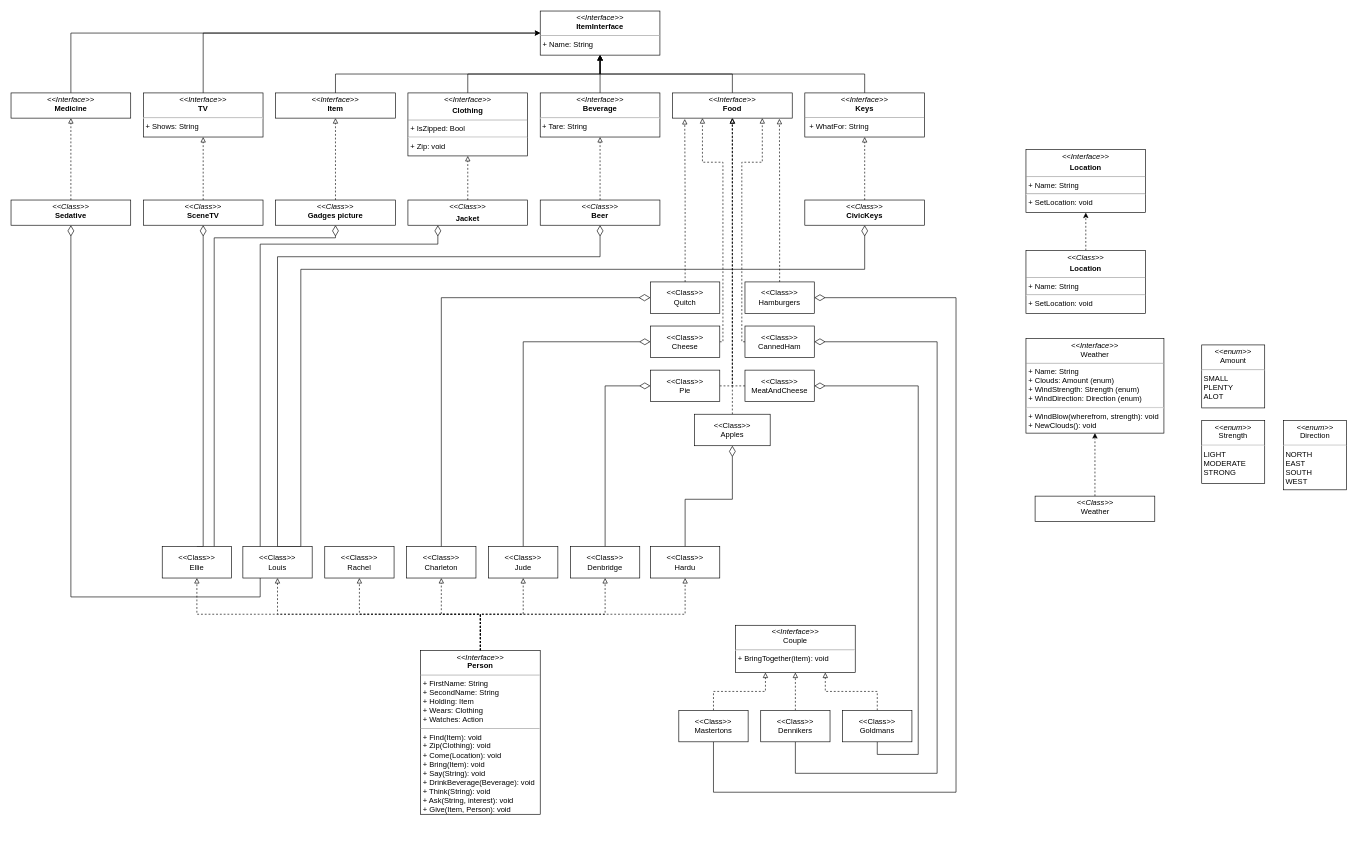
This is Untitled Diagram.drawio from Sat1l/laba4, a draw.io file, before an edit. Source tidied: cells renumbered, new cells numbered last; positions are measured from the earlier drawing's top-left corner, leaving out a move shared by most shapes. Both pictures are drawn from the tidied source at 63%, with x=0, y=0 at pixel (11, 11).
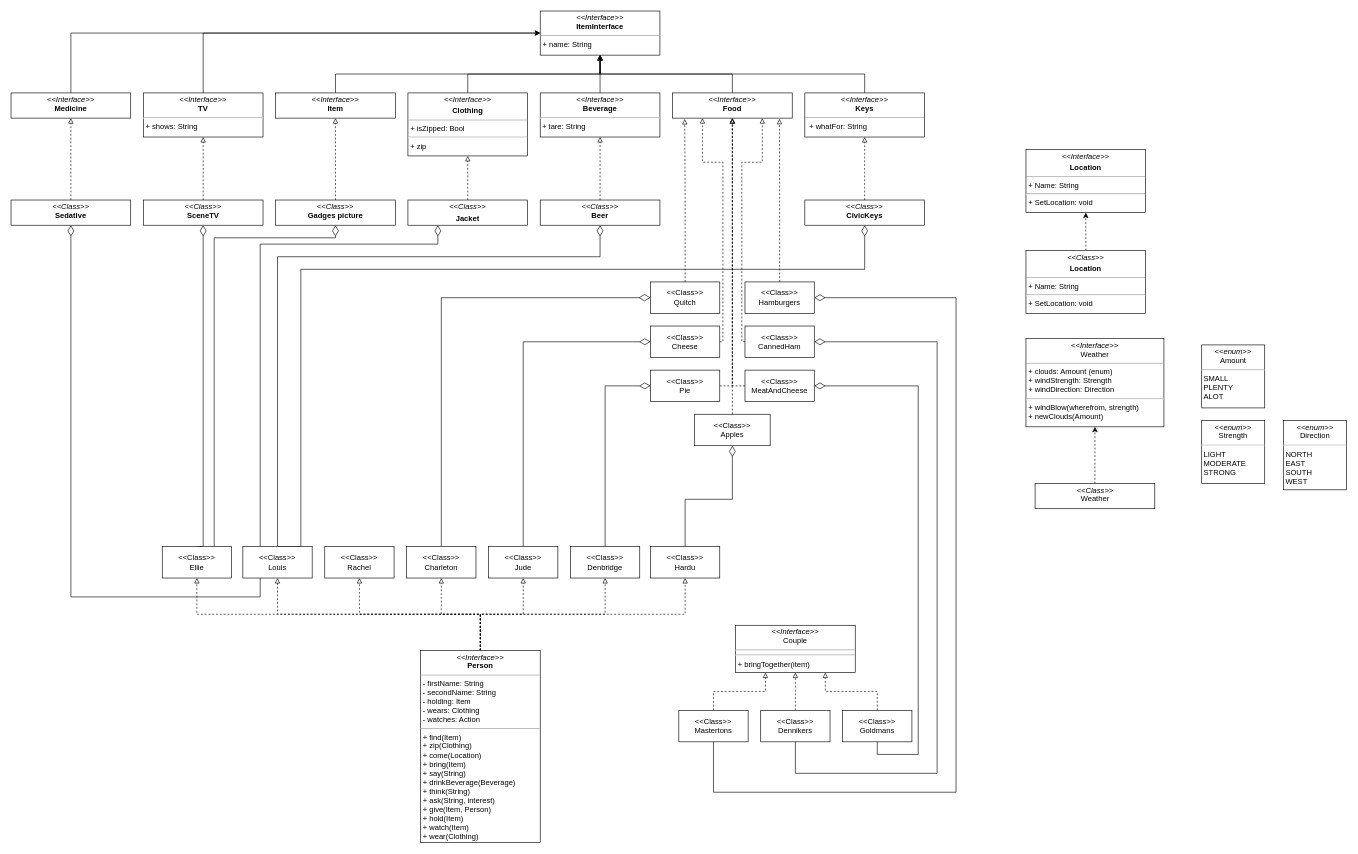
The same diagram, later.

Diff of the diagram source:
```diff
@@
-    <mxCell id="9" value="&lt;p style=&quot;margin:0px;margin-top:4px;text-align:center;&quot;&gt;&lt;i&gt;&amp;lt;&amp;lt;Interface&amp;gt;&amp;gt;&lt;/i&gt;&lt;br&gt;&lt;b&gt;Person&lt;/b&gt;&lt;/p&gt;&lt;hr size=&quot;1&quot;&gt;&lt;p style=&quot;margin:0px;margin-left:4px;&quot;&gt;+ FirstName: String&lt;/p&gt;&lt;p style=&quot;margin:0px;margin-left:4px;&quot;&gt;+ SecondName: String&lt;/p&gt;&lt;p style=&quot;margin:0px;margin-left:4px;&quot;&gt;+ Holding: Item&lt;/p&gt;&lt;p style=&quot;margin:0px;margin-left:4px;&quot;&gt;+ Wears: Clothing&lt;/p&gt;&lt;p style=&quot;margin:0px;margin-left:4px;&quot;&gt;+ Watches: Action&lt;/p&gt;&lt;hr size=&quot;1&quot;&gt;&lt;p style=&quot;margin:0px;margin-left:4px;&quot;&gt;+ Find(Item): void&lt;br&gt;+ Zip(Clothing): void&lt;/p&gt;&lt;p style=&quot;margin:0px;margin-left:4px;&quot;&gt;+ Come(Location): void&lt;/p&gt;&lt;p style=&quot;margin:0px;margin-left:4px;&quot;&gt;+ Bring(Item): void&lt;/p&gt;&lt;p style=&quot;margin:0px;margin-left:4px;&quot;&gt;+ Say(String): void&lt;/p&gt;&lt;p style=&quot;margin:0px;margin-left:4px;&quot;&gt;+ DrinkBeverage(Beverage): void&lt;/p&gt;&lt;p style=&quot;margin:0px;margin-left:4px;&quot;&gt;+ Think(String): void&lt;/p&gt;&lt;p style=&quot;margin:0px;margin-left:4px;&quot;&gt;+ Ask(String, interest): void&lt;/p&gt;&lt;p style=&quot;margin:0px;margin-left:4px;&quot;&gt;+ Give(Item, Person): void&lt;/p&gt;" style="verticalAlign=top;align=left;overflow=fill;fontSize=12;fontFamily=Helvetica;html=1;whiteSpace=wrap;" parent="1" vertex="1">
-      <mxGeometry x="650" y="1015" width="190" height="260" as="geometry" />
+    <mxCell id="9" value="&lt;p style=&quot;margin:0px;margin-top:4px;text-align:center;&quot;&gt;&lt;i&gt;&amp;lt;&amp;lt;Interface&amp;gt;&amp;gt;&lt;/i&gt;&lt;br&gt;&lt;b&gt;Person&lt;/b&gt;&lt;/p&gt;&lt;hr size=&quot;1&quot;&gt;&lt;p style=&quot;margin:0px;margin-left:4px;&quot;&gt;- firstName: String&lt;/p&gt;&lt;p style=&quot;margin:0px;margin-left:4px;&quot;&gt;- secondName: String&lt;/p&gt;&lt;p style=&quot;margin:0px;margin-left:4px;&quot;&gt;- holding: Item&lt;/p&gt;&lt;p style=&quot;margin:0px;margin-left:4px;&quot;&gt;- wears: Clothing&lt;/p&gt;&lt;p style=&quot;margin:0px;margin-left:4px;&quot;&gt;- watches: Action&lt;/p&gt;&lt;hr size=&quot;1&quot;&gt;&lt;p style=&quot;margin:0px;margin-left:4px;&quot;&gt;+ find(Item)&lt;br&gt;+ zip(Clothing)&lt;/p&gt;&lt;p style=&quot;margin:0px;margin-left:4px;&quot;&gt;+ come(Location)&lt;/p&gt;&lt;p style=&quot;margin:0px;margin-left:4px;&quot;&gt;+ bring(Item)&lt;/p&gt;&lt;p style=&quot;margin:0px;margin-left:4px;&quot;&gt;+ say(String)&lt;/p&gt;&lt;p style=&quot;margin:0px;margin-left:4px;&quot;&gt;+ drinkBeverage(Beverage)&lt;/p&gt;&lt;p style=&quot;margin:0px;margin-left:4px;&quot;&gt;+ think(String)&lt;/p&gt;&lt;p style=&quot;margin:0px;margin-left:4px;&quot;&gt;+ ask(String, interest)&lt;/p&gt;&lt;p style=&quot;margin:0px;margin-left:4px;&quot;&gt;+ give(Item, Person)&lt;/p&gt;&lt;p style=&quot;margin:0px;margin-left:4px;&quot;&gt;+ hold(Item)&lt;/p&gt;&lt;p style=&quot;margin:0px;margin-left:4px;&quot;&gt;+ watch(Item)&lt;/p&gt;&lt;p style=&quot;margin:0px;margin-left:4px;&quot;&gt;+ wear(Clothing)&lt;/p&gt;" style="verticalAlign=top;align=left;overflow=fill;fontSize=12;fontFamily=Helvetica;html=1;whiteSpace=wrap;" parent="1" vertex="1">
+      <mxGeometry x="650" y="1015" width="190" height="305" as="geometry" />
     </mxCell>
-    <mxCell id="10" value="&lt;p style=&quot;margin:0px;margin-top:4px;text-align:center;&quot;&gt;&lt;i&gt;&amp;lt;&amp;lt;Interface&amp;gt;&amp;gt;&lt;/i&gt;&lt;br&gt;&lt;b&gt;ItemInterface&lt;/b&gt;&lt;/p&gt;&lt;hr size=&quot;1&quot;&gt;&lt;p style=&quot;margin:0px;margin-left:4px;&quot;&gt;+ Name: String&lt;br&gt;&lt;/p&gt;&lt;p style=&quot;margin:0px;margin-left:4px;&quot;&gt;&lt;br&gt;&lt;/p&gt;" style="verticalAlign=top;align=left;overflow=fill;fontSize=12;fontFamily=Helvetica;html=1;whiteSpace=wrap;" parent="1" vertex="1">
+    <mxCell id="10" value="&lt;p style=&quot;margin:0px;margin-top:4px;text-align:center;&quot;&gt;&lt;i&gt;&amp;lt;&amp;lt;Interface&amp;gt;&amp;gt;&lt;/i&gt;&lt;br&gt;&lt;b&gt;ItemInterface&lt;/b&gt;&lt;/p&gt;&lt;hr size=&quot;1&quot;&gt;&lt;p style=&quot;margin:0px;margin-left:4px;&quot;&gt;+ name: String&lt;br&gt;&lt;/p&gt;&lt;p style=&quot;margin:0px;margin-left:4px;&quot;&gt;&lt;br&gt;&lt;/p&gt;" style="verticalAlign=top;align=left;overflow=fill;fontSize=12;fontFamily=Helvetica;html=1;whiteSpace=wrap;" parent="1" vertex="1">
       <mxGeometry x="840" width="190" height="70" as="geometry" />
     </mxCell>
@@
-    <mxCell id="14" value="&lt;p style=&quot;margin:0px;margin-top:4px;text-align:center;&quot;&gt;&lt;i&gt;&amp;lt;&amp;lt;Interface&lt;/i&gt;&lt;i&gt;&amp;gt;&amp;gt;&lt;/i&gt;&lt;/p&gt;&lt;p style=&quot;margin:0px;margin-top:4px;text-align:center;&quot;&gt;&lt;b&gt;Clothing&lt;/b&gt;&lt;/p&gt;&lt;hr size=&quot;1&quot;&gt;&lt;p style=&quot;margin:0px;margin-left:4px;&quot;&gt;+ IsZipped: Bool&lt;/p&gt;&lt;hr&gt;&lt;p style=&quot;margin:0px;margin-left:4px;&quot;&gt;+ Zip: void&lt;/p&gt;" style="verticalAlign=top;align=left;overflow=fill;fontSize=12;fontFamily=Helvetica;html=1;whiteSpace=wrap;" parent="1" vertex="1">
+    <mxCell id="14" value="&lt;p style=&quot;margin:0px;margin-top:4px;text-align:center;&quot;&gt;&lt;i&gt;&amp;lt;&amp;lt;Interface&lt;/i&gt;&lt;i&gt;&amp;gt;&amp;gt;&lt;/i&gt;&lt;/p&gt;&lt;p style=&quot;margin:0px;margin-top:4px;text-align:center;&quot;&gt;&lt;b&gt;Clothing&lt;/b&gt;&lt;/p&gt;&lt;hr size=&quot;1&quot;&gt;&lt;p style=&quot;margin:0px;margin-left:4px;&quot;&gt;+ isZipped: Bool&lt;/p&gt;&lt;hr&gt;&lt;p style=&quot;margin:0px;margin-left:4px;&quot;&gt;+ zip&lt;/p&gt;" style="verticalAlign=top;align=left;overflow=fill;fontSize=12;fontFamily=Helvetica;html=1;whiteSpace=wrap;" parent="1" vertex="1">
       <mxGeometry x="630" y="130" width="190" height="100" as="geometry" />
     </mxCell>
@@
-    <mxCell id="16" value="&lt;p style=&quot;margin:0px;margin-top:4px;text-align:center;&quot;&gt;&lt;i&gt;&amp;lt;&amp;lt;Interface&amp;gt;&amp;gt;&lt;/i&gt;&lt;br&gt;&lt;b&gt;Beverage&lt;/b&gt;&lt;/p&gt;&lt;hr&gt;&amp;nbsp;+ Tare: String&lt;p style=&quot;margin:0px;margin-top:4px;text-align:center;&quot;&gt;&lt;b&gt;&lt;br&gt;&lt;/b&gt;&lt;/p&gt;&lt;p style=&quot;margin:0px;margin-left:4px;&quot;&gt;&lt;br&gt;&lt;/p&gt;" style="verticalAlign=top;align=left;overflow=fill;fontSize=12;fontFamily=Helvetica;html=1;whiteSpace=wrap;" parent="1" vertex="1">
+    <mxCell id="16" value="&lt;p style=&quot;margin:0px;margin-top:4px;text-align:center;&quot;&gt;&lt;i&gt;&amp;lt;&amp;lt;Interface&amp;gt;&amp;gt;&lt;/i&gt;&lt;br&gt;&lt;b&gt;Beverage&lt;/b&gt;&lt;/p&gt;&lt;hr&gt;&amp;nbsp;+ tare: String&lt;p style=&quot;margin:0px;margin-top:4px;text-align:center;&quot;&gt;&lt;b&gt;&lt;br&gt;&lt;/b&gt;&lt;/p&gt;&lt;p style=&quot;margin:0px;margin-left:4px;&quot;&gt;&lt;br&gt;&lt;/p&gt;" style="verticalAlign=top;align=left;overflow=fill;fontSize=12;fontFamily=Helvetica;html=1;whiteSpace=wrap;" parent="1" vertex="1">
       <mxGeometry x="840" y="130" width="190" height="70" as="geometry" />
     </mxCell>
-    <mxCell id="17" value="&lt;p style=&quot;margin:0px;margin-top:4px;text-align:center;&quot;&gt;&lt;i&gt;&amp;lt;&amp;lt;Interface&amp;gt;&amp;gt;&lt;/i&gt;&lt;br&gt;Weather&lt;/p&gt;&lt;hr size=&quot;1&quot;&gt;&lt;p style=&quot;margin:0px;margin-left:4px;&quot;&gt;+ Name: String&lt;br&gt;&lt;/p&gt;&lt;p style=&quot;margin:0px;margin-left:4px;&quot;&gt;+ Clouds: Amount (enum)&lt;/p&gt;&lt;p style=&quot;margin:0px;margin-left:4px;&quot;&gt;+ WindStrength: Strength (enum)&lt;/p&gt;&lt;p style=&quot;margin:0px;margin-left:4px;&quot;&gt;+ WindDirection: Direction (enum)&lt;/p&gt;&lt;hr&gt;&lt;p style=&quot;margin:0px;margin-left:4px;&quot;&gt;+ WindBlow(wherefrom, strength): void&lt;/p&gt;&lt;p style=&quot;margin:0px;margin-left:4px;&quot;&gt;+ NewClouds(): void&lt;/p&gt;" style="verticalAlign=top;align=left;overflow=fill;fontSize=12;fontFamily=Helvetica;html=1;whiteSpace=wrap;" parent="1" vertex="1">
-      <mxGeometry x="1611" y="520" width="219" height="150" as="geometry" />
+    <mxCell id="17" value="&lt;p style=&quot;margin:0px;margin-top:4px;text-align:center;&quot;&gt;&lt;i&gt;&amp;lt;&amp;lt;Interface&amp;gt;&amp;gt;&lt;/i&gt;&lt;br&gt;Weather&lt;/p&gt;&lt;hr size=&quot;1&quot;&gt;&lt;p style=&quot;margin:0px;margin-left:4px;&quot;&gt;+ clouds: Amount (enum)&lt;br&gt;&lt;/p&gt;&lt;p style=&quot;margin:0px;margin-left:4px;&quot;&gt;+ windStrength: Strength&lt;/p&gt;&lt;p style=&quot;margin:0px;margin-left:4px;&quot;&gt;+ windDirection: Direction&lt;/p&gt;&lt;hr&gt;&lt;p style=&quot;margin:0px;margin-left:4px;&quot;&gt;+ windBlow(wherefrom, strength)&lt;/p&gt;&lt;p style=&quot;margin:0px;margin-left:4px;&quot;&gt;+ newClouds(Amount)&lt;/p&gt;" style="verticalAlign=top;align=left;overflow=fill;fontSize=12;fontFamily=Helvetica;html=1;whiteSpace=wrap;" parent="1" vertex="1">
+      <mxGeometry x="1611" y="520" width="219" height="140" as="geometry" />
     </mxCell>
@@
-    <mxCell id="21" value="&lt;p style=&quot;margin:0px;margin-top:4px;text-align:center;&quot;&gt;&lt;i&gt;&amp;lt;&amp;lt;Interface&amp;gt;&amp;gt;&lt;/i&gt;&lt;br&gt;&lt;b&gt;Keys&lt;/b&gt;&lt;/p&gt;&lt;hr size=&quot;1&quot;&gt;&lt;p style=&quot;margin:0px;margin-left:4px;&quot;&gt;&amp;nbsp;+ WhatFor: String&lt;/p&gt;" style="verticalAlign=top;align=left;overflow=fill;fontSize=12;fontFamily=Helvetica;html=1;whiteSpace=wrap;" parent="1" vertex="1">
+    <mxCell id="21" value="&lt;p style=&quot;margin:0px;margin-top:4px;text-align:center;&quot;&gt;&lt;i&gt;&amp;lt;&amp;lt;Interface&amp;gt;&amp;gt;&lt;/i&gt;&lt;br&gt;&lt;b&gt;Keys&lt;/b&gt;&lt;/p&gt;&lt;hr size=&quot;1&quot;&gt;&lt;p style=&quot;margin:0px;margin-left:4px;&quot;&gt;&amp;nbsp;+ whatFor: String&lt;/p&gt;" style="verticalAlign=top;align=left;overflow=fill;fontSize=12;fontFamily=Helvetica;html=1;whiteSpace=wrap;" parent="1" vertex="1">
       <mxGeometry x="1260" y="130" width="190" height="70" as="geometry" />
     </mxCell>
@@
     <mxCell id="32" value="&lt;p style=&quot;margin:0px;margin-top:4px;text-align:center;&quot;&gt;&lt;i&gt;&amp;lt;&amp;lt;Class&amp;gt;&amp;gt;&lt;/i&gt;&lt;br&gt;Weather&lt;/p&gt;&lt;p style=&quot;margin:0px;margin-left:4px;&quot;&gt;&lt;br&gt;&lt;/p&gt;" style="verticalAlign=top;align=left;overflow=fill;fontSize=12;fontFamily=Helvetica;html=1;whiteSpace=wrap;" parent="1" vertex="1">
-      <mxGeometry x="1625.5" y="770" width="190" height="40" as="geometry" />
+      <mxGeometry x="1625.5" y="750" width="190" height="40" as="geometry" />
     </mxCell>
@@
-    <mxCell id="63" value="&lt;p style=&quot;margin:0px;margin-top:4px;text-align:center;&quot;&gt;&lt;i&gt;&amp;lt;&amp;lt;Interface&amp;gt;&amp;gt;&lt;/i&gt;&lt;br&gt;Couple&lt;/p&gt;&lt;hr&gt;&lt;p style=&quot;margin:0px;margin-left:4px;&quot;&gt;+ BringTogether(item): void&lt;/p&gt;" style="verticalAlign=top;align=left;overflow=fill;fontSize=12;fontFamily=Helvetica;html=1;whiteSpace=wrap;" parent="1" vertex="1">
+    <mxCell id="63" value="&lt;p style=&quot;margin:0px;margin-top:4px;text-align:center;&quot;&gt;&lt;i&gt;&amp;lt;&amp;lt;Interface&amp;gt;&amp;gt;&lt;/i&gt;&lt;br&gt;Couple&lt;/p&gt;&lt;hr&gt;&lt;hr&gt;&lt;p style=&quot;margin:0px;margin-left:4px;&quot;&gt;+ bringTogether(item)&lt;/p&gt;" style="verticalAlign=top;align=left;overflow=fill;fontSize=12;fontFamily=Helvetica;html=1;whiteSpace=wrap;" parent="1" vertex="1">
       <mxGeometry x="1150" y="975" width="190" height="75" as="geometry" />
     </mxCell>
@@
-    <mxCell id="74" value="&lt;p style=&quot;margin:0px;margin-top:4px;text-align:center;&quot;&gt;&lt;i&gt;&amp;lt;&amp;lt;Interface&amp;gt;&amp;gt;&lt;/i&gt;&lt;br&gt;&lt;b&gt;TV&lt;/b&gt;&lt;/p&gt;&lt;hr&gt;&lt;p style=&quot;margin:0px;margin-left:4px;&quot;&gt;+ Shows: String&lt;/p&gt;" style="verticalAlign=top;align=left;overflow=fill;fontSize=12;fontFamily=Helvetica;html=1;whiteSpace=wrap;" parent="1" vertex="1">
+    <mxCell id="74" value="&lt;p style=&quot;margin:0px;margin-top:4px;text-align:center;&quot;&gt;&lt;i&gt;&amp;lt;&amp;lt;Interface&amp;gt;&amp;gt;&lt;/i&gt;&lt;br&gt;&lt;b&gt;TV&lt;/b&gt;&lt;/p&gt;&lt;hr&gt;&lt;p style=&quot;margin:0px;margin-left:4px;&quot;&gt;+ shows: String&lt;/p&gt;" style="verticalAlign=top;align=left;overflow=fill;fontSize=12;fontFamily=Helvetica;html=1;whiteSpace=wrap;" parent="1" vertex="1">
       <mxGeometry x="210" y="130" width="190" height="70" as="geometry" />
     </mxCell>
```
